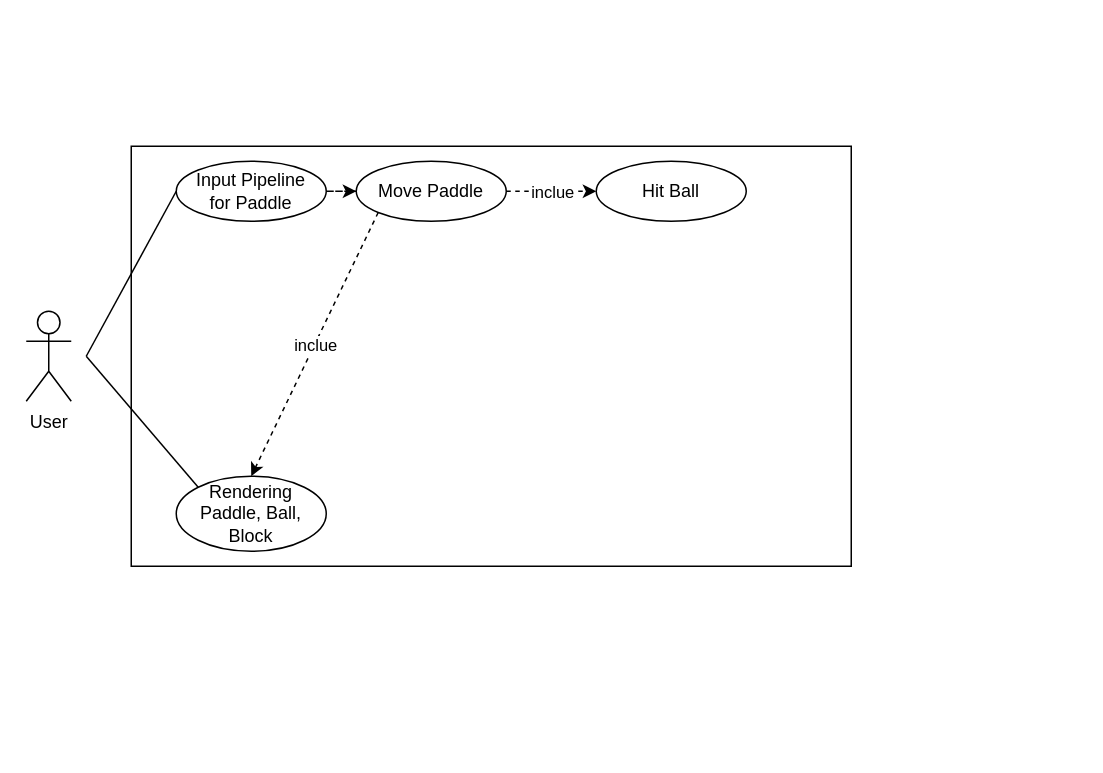
Above: use_case.drawio in YunDamin/DrawIO (draw.io), before the change. Source tidied: cells renumbered, new cells numbered last; positions are measured from the earlier drawing's top-left corner, leaving out a move shared by most shapes. Both pictures are drawn from the tidied source at 150%, with x=0, y=0 at pixel (26, 146).
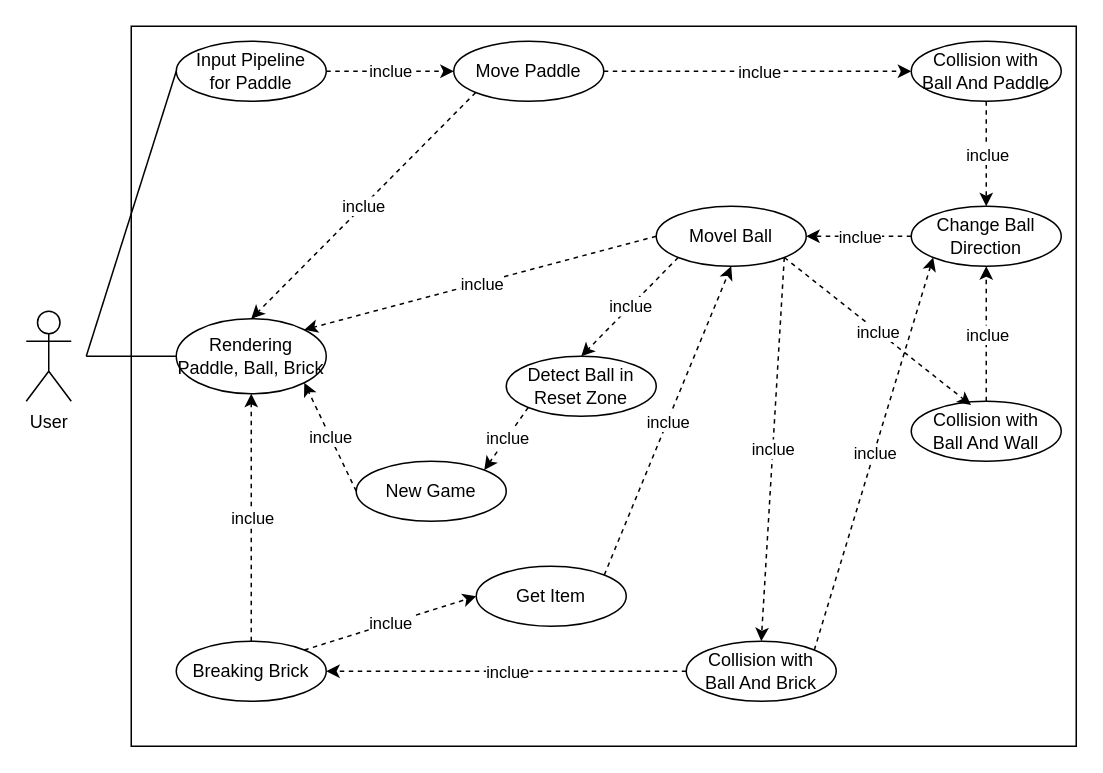
Above is the later version.

Diff of the diagram source:
```diff
@@
     <mxCell id="3" style="rounded=0;whiteSpace=wrap;html=1;" parent="1" vertex="1">
-      <mxGeometry x="70" width="480" height="280" as="geometry" />
+      <mxGeometry x="70" y="-80" width="630" height="480" as="geometry" />
     </mxCell>
-    <mxCell id="4" style="edgeStyle=orthogonalEdgeStyle;rounded=0;jettySize=auto;html=1;dashed=1;" parent="1" edge="1" source="5" target="9">
+    <mxCell id="4" value="inclue" style="edgeStyle=orthogonalEdgeStyle;rounded=0;jettySize=auto;html=1;dashed=1;" parent="1" edge="1" source="5" target="9">
       <mxGeometry relative="1" as="geometry" />
     </mxCell>
     <mxCell id="5" value="Input Pipeline&lt;br&gt;for Paddle" style="ellipse;whiteSpace=wrap;html=1;" parent="1" vertex="1">
-      <mxGeometry x="100" y="10" width="100" height="40" as="geometry" />
+      <mxGeometry x="100" y="-70" width="100" height="40" as="geometry" />
     </mxCell>
-    <mxCell id="6" value="Rendering Paddle, Ball, Block" style="ellipse;whiteSpace=wrap;html=1;" parent="1" vertex="1">
-      <mxGeometry x="100" y="220" width="100" height="50" as="geometry" />
+    <mxCell id="6" value="Rendering Paddle, Ball, Brick" style="ellipse;whiteSpace=wrap;html=1;" parent="1" vertex="1">
+      <mxGeometry x="100" y="115" width="100" height="50" as="geometry" />
     </mxCell>
-    <mxCell id="7" style="endArrow=none;html=1;rounded=0;exitX=0;exitY=0;exitDx=0;exitDy=0;" parent="1" edge="1" source="6">
+    <mxCell id="7" style="endArrow=none;html=1;rounded=0;exitX=0;exitY=0.5;exitDx=0;exitDy=0;" parent="1" edge="1" source="6">
       <mxGeometry relative="1" as="geometry">
         <mxPoint x="40" y="140" as="targetPoint" />
       </mxGeometry>
     </mxCell>
@@
     <mxCell id="9" value="Move Paddle" style="ellipse;whiteSpace=wrap;html=1;" parent="1" vertex="1">
-      <mxGeometry x="220" y="10" width="100" height="40" as="geometry" />
+      <mxGeometry x="285" y="-70" width="100" height="40" as="geometry" />
     </mxCell>
@@
-    <mxCell id="12" value="Hit Ball" style="ellipse;whiteSpace=wrap;html=1;" parent="1" vertex="1">
-      <mxGeometry x="380" y="10" width="100" height="40" as="geometry" />
+    <mxCell id="12" value="Collision with&lt;br&gt;Ball And Paddle" style="ellipse;whiteSpace=wrap;html=1;" parent="1" vertex="1">
+      <mxGeometry x="590" y="-70" width="100" height="40" as="geometry" />
     </mxCell>
@@
+    <mxCell id="15" value="Change Ball&lt;br&gt;Direction" style="ellipse;whiteSpace=wrap;html=1;" parent="1" vertex="1">
+      <mxGeometry x="590" y="40" width="100" height="40" as="geometry" />
+    </mxCell>
+    <mxCell id="16" style="endArrow=classic;html=1;rounded=0;exitX=0.5;exitY=1;exitDx=0;exitDy=0;dashed=1;" parent="1" edge="1" source="12" target="15">
+      <mxGeometry relative="1" as="geometry" />
+    </mxCell>
+    <mxCell id="17" value="inclue" style="edgeLabel;html=1;align=center;verticalAlign=middle;" parent="16" vertex="1">
+      <mxGeometry relative="1" as="geometry" />
+    </mxCell>
+    <mxCell id="18" value="Collision with&lt;br style=&quot;border-color: var(--border-color);&quot;&gt;Ball And Wall" style="ellipse;whiteSpace=wrap;html=1;" parent="1" vertex="1">
+      <mxGeometry x="590" y="170" width="100" height="40" as="geometry" />
+    </mxCell>
+    <mxCell id="19" style="endArrow=classic;html=1;rounded=0;exitX=0.5;exitY=0;exitDx=0;exitDy=0;entryX=0.5;entryY=1;entryDx=0;entryDy=0;dashed=1;" parent="1" edge="1" source="18" target="15">
+      <mxGeometry relative="1" as="geometry" />
+    </mxCell>
+    <mxCell id="20" value="inclue" style="edgeLabel;html=1;align=center;verticalAlign=middle;" parent="19" vertex="1">
+      <mxGeometry relative="1" as="geometry" />
+    </mxCell>
+    <mxCell id="21" value="Movel Ball" style="ellipse;whiteSpace=wrap;html=1;" parent="1" vertex="1">
+      <mxGeometry x="420" y="40" width="100" height="40" as="geometry" />
+    </mxCell>
+    <mxCell id="22" style="endArrow=classic;html=1;rounded=0;entryX=1;entryY=0.5;entryDx=0;entryDy=0;dashed=1;" parent="1" edge="1" source="15" target="21">
+      <mxGeometry relative="1" as="geometry" />
+    </mxCell>
+    <mxCell id="23" value="inclue" style="edgeLabel;html=1;align=center;verticalAlign=middle;" parent="22" vertex="1">
+      <mxGeometry relative="1" as="geometry" />
+    </mxCell>
+    <mxCell id="24" style="endArrow=classic;html=1;rounded=0;exitX=0;exitY=0.5;exitDx=0;exitDy=0;entryX=1;entryY=0;entryDx=0;entryDy=0;dashed=1;" parent="1" edge="1" source="21" target="6">
+      <mxGeometry relative="1" as="geometry" />
+    </mxCell>
+    <mxCell id="25" value="inclue" style="edgeLabel;html=1;align=center;verticalAlign=middle;" parent="24" vertex="1">
+      <mxGeometry relative="1" as="geometry" />
+    </mxCell>
+    <mxCell id="26" style="endArrow=classic;html=1;rounded=0;exitX=1;exitY=1;exitDx=0;exitDy=0;entryX=0.399;entryY=0.065;entryDx=0;entryDy=0;dashed=1;entryPerimeter=0;" parent="1" edge="1" source="21" target="18">
+      <mxGeometry relative="1" as="geometry" />
+    </mxCell>
+    <mxCell id="27" value="inclue" style="edgeLabel;html=1;align=center;verticalAlign=middle;" parent="26" vertex="1">
+      <mxGeometry relative="1" as="geometry" />
+    </mxCell>
+    <mxCell id="28" value="Collision with&lt;br style=&quot;border-color: var(--border-color);&quot;&gt;Ball And Brick" style="ellipse;whiteSpace=wrap;html=1;" parent="1" vertex="1">
+      <mxGeometry x="440" y="330" width="100" height="40" as="geometry" />
+    </mxCell>
+    <mxCell id="29" style="endArrow=classic;html=1;rounded=0;exitX=1;exitY=1;exitDx=0;exitDy=0;entryX=0.5;entryY=0;entryDx=0;entryDy=0;dashed=1;" parent="1" edge="1" source="21" target="28">
+      <mxGeometry relative="1" as="geometry" />
+    </mxCell>
+    <mxCell id="30" value="inclue" style="edgeLabel;html=1;align=center;verticalAlign=middle;" parent="29" vertex="1">
+      <mxGeometry relative="1" as="geometry" />
+    </mxCell>
+    <mxCell id="31" value="Breaking Brick" style="ellipse;whiteSpace=wrap;html=1;" parent="1" vertex="1">
+      <mxGeometry x="100" y="330" width="100" height="40" as="geometry" />
+    </mxCell>
+    <mxCell id="32" style="endArrow=classic;html=1;rounded=0;exitX=0;exitY=0.5;exitDx=0;exitDy=0;entryX=1;entryY=0.5;entryDx=0;entryDy=0;dashed=1;" parent="1" edge="1" source="28" target="31">
+      <mxGeometry relative="1" as="geometry" />
+    </mxCell>
+    <mxCell id="33" value="inclue" style="edgeLabel;html=1;align=center;verticalAlign=middle;" parent="32" vertex="1">
+      <mxGeometry relative="1" as="geometry" />
+    </mxCell>
+    <mxCell id="34" style="endArrow=classic;html=1;rounded=0;exitX=0.5;exitY=0;exitDx=0;exitDy=0;entryX=0.5;entryY=1;entryDx=0;entryDy=0;dashed=1;" parent="1" edge="1" source="31" target="6">
+      <mxGeometry relative="1" as="geometry" />
+    </mxCell>
+    <mxCell id="35" value="inclue" style="edgeLabel;html=1;align=center;verticalAlign=middle;" parent="34" vertex="1">
+      <mxGeometry relative="1" as="geometry" />
+    </mxCell>
+    <mxCell id="36" value="Get Item" style="ellipse;whiteSpace=wrap;html=1;" parent="1" vertex="1">
+      <mxGeometry x="300" y="280" width="100" height="40" as="geometry" />
+    </mxCell>
+    <mxCell id="37" style="endArrow=classic;html=1;rounded=0;exitX=1;exitY=0;exitDx=0;exitDy=0;entryX=0;entryY=0.5;entryDx=0;entryDy=0;dashed=1;" parent="1" edge="1" source="31" target="36">
+      <mxGeometry relative="1" as="geometry" />
+    </mxCell>
+    <mxCell id="38" value="inclue" style="edgeLabel;html=1;align=center;verticalAlign=middle;" parent="37" vertex="1">
+      <mxGeometry relative="1" as="geometry" />
+    </mxCell>
+    <mxCell id="39" style="endArrow=classic;html=1;rounded=0;exitX=1;exitY=0;exitDx=0;exitDy=0;entryX=0.5;entryY=1;entryDx=0;entryDy=0;dashed=1;" parent="1" edge="1" source="36" target="21">
+      <mxGeometry relative="1" as="geometry" />
+    </mxCell>
+    <mxCell id="40" value="inclue" style="edgeLabel;html=1;align=center;verticalAlign=middle;" parent="39" vertex="1">
+      <mxGeometry relative="1" as="geometry" />
+    </mxCell>
+    <mxCell id="41" value="Detect Ball in Reset Zone" style="ellipse;whiteSpace=wrap;html=1;" parent="1" vertex="1">
+      <mxGeometry x="320" y="140" width="100" height="40" as="geometry" />
+    </mxCell>
+    <mxCell id="42" style="endArrow=classic;html=1;rounded=0;exitX=0;exitY=1;exitDx=0;exitDy=0;entryX=0.5;entryY=0;entryDx=0;entryDy=0;dashed=1;" parent="1" edge="1" source="21" target="41">
+      <mxGeometry relative="1" as="geometry" />
+    </mxCell>
+    <mxCell id="43" value="inclue" style="edgeLabel;html=1;align=center;verticalAlign=middle;" parent="42" vertex="1">
+      <mxGeometry relative="1" as="geometry" />
+    </mxCell>
+    <mxCell id="44" value="New Game" style="ellipse;whiteSpace=wrap;html=1;" parent="1" vertex="1">
+      <mxGeometry x="220" y="210" width="100" height="40" as="geometry" />
+    </mxCell>
+    <mxCell id="45" style="endArrow=classic;html=1;rounded=0;exitX=0;exitY=1;exitDx=0;exitDy=0;entryX=1;entryY=0;entryDx=0;entryDy=0;dashed=1;" parent="1" edge="1" source="41" target="44">
+      <mxGeometry relative="1" as="geometry" />
+    </mxCell>
+    <mxCell id="46" value="inclue" style="edgeLabel;html=1;align=center;verticalAlign=middle;" parent="45" vertex="1">
+      <mxGeometry relative="1" as="geometry" />
+    </mxCell>
+    <mxCell id="47" style="endArrow=classic;html=1;rounded=0;exitX=0;exitY=0.5;exitDx=0;exitDy=0;entryX=1;entryY=1;entryDx=0;entryDy=0;dashed=1;" parent="1" edge="1" source="44" target="6">
+      <mxGeometry relative="1" as="geometry" />
+    </mxCell>
+    <mxCell id="48" value="inclue" style="edgeLabel;html=1;align=center;verticalAlign=middle;" parent="47" vertex="1">
+      <mxGeometry relative="1" as="geometry" />
+    </mxCell>
+    <mxCell id="49" style="endArrow=classic;html=1;rounded=0;exitX=1;exitY=0;exitDx=0;exitDy=0;entryX=0;entryY=1;entryDx=0;entryDy=0;dashed=1;" parent="1" edge="1" source="28" target="15">
+      <mxGeometry relative="1" as="geometry" />
+    </mxCell>
+    <mxCell id="50" value="inclue" style="edgeLabel;html=1;align=center;verticalAlign=middle;" parent="49" vertex="1">
+      <mxGeometry relative="1" as="geometry" />
+    </mxCell>
```
